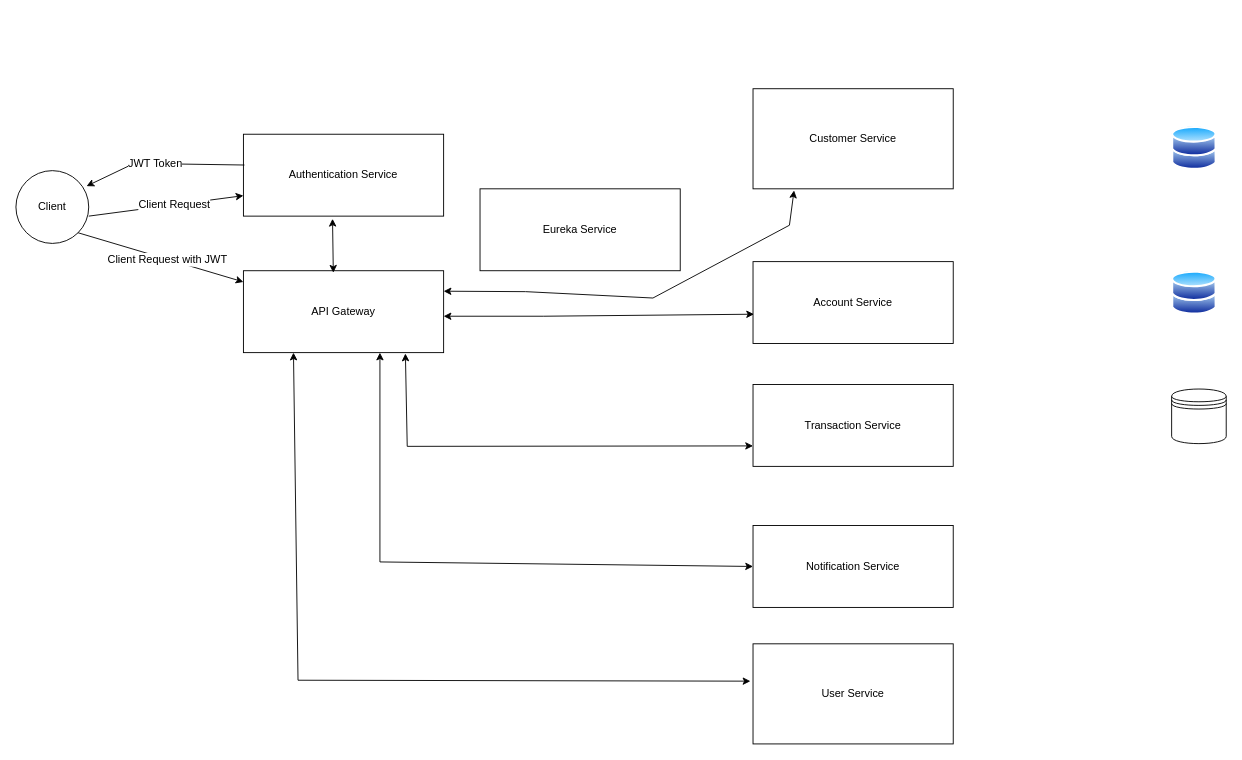
meyash14/MAVPOC keeps this draw.io diagram as Untitled Diagram.drawio. Above is the earlier version. Source tidied: cells renumbered, new cells numbered last; positions are measured from the earlier drawing's top-left corner, leaving out a move shared by most shapes. Both pictures are drawn from the tidied source at 91%, with x=0, y=0 at pixel (15, 88).
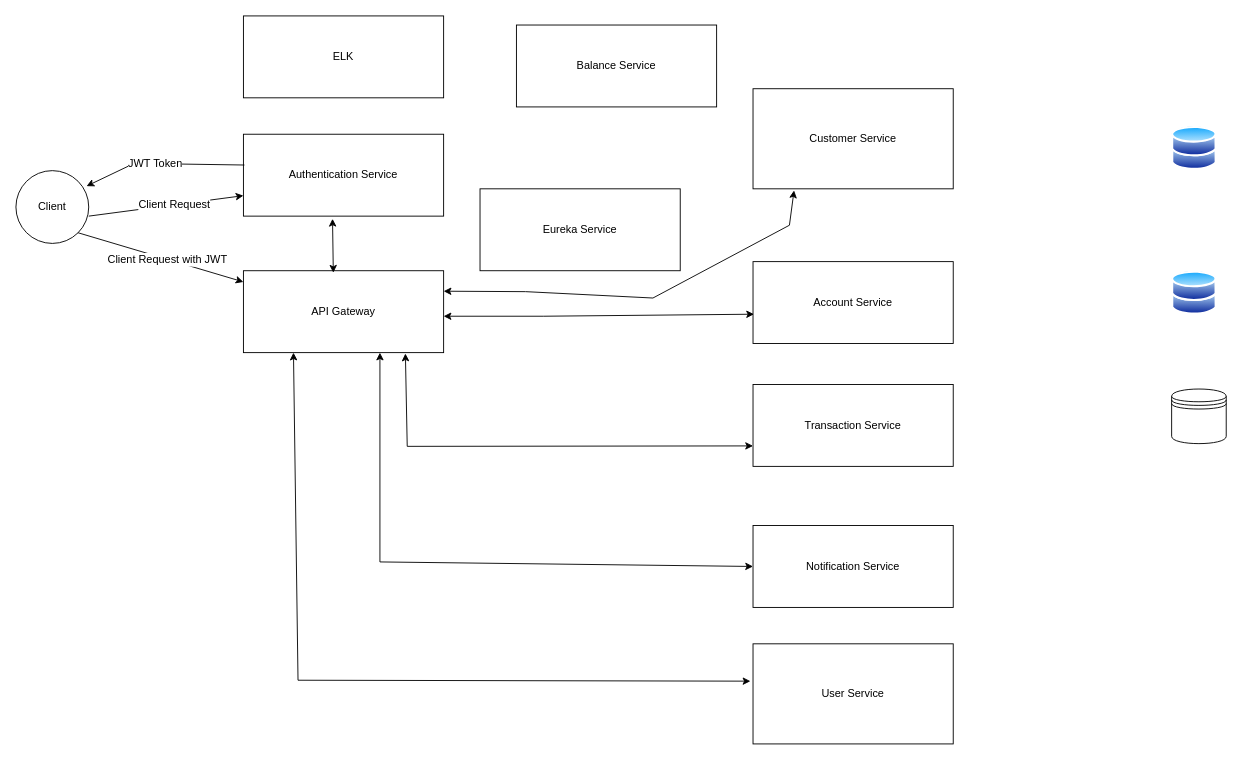
Above is the later version.

Diff of the diagram source:
```diff
@@
+    <mxCell id="26" value="ELK" style="rounded=0;whiteSpace=wrap;html=1;" parent="1" vertex="1">
+      <mxGeometry x="250" y="-80" width="220" height="90" as="geometry" />
+    </mxCell>
+    <mxCell id="27" value="Balance Service" style="rounded=0;whiteSpace=wrap;html=1;" parent="1" vertex="1">
+      <mxGeometry x="550" y="-70" width="220" height="90" as="geometry" />
+    </mxCell>
```
